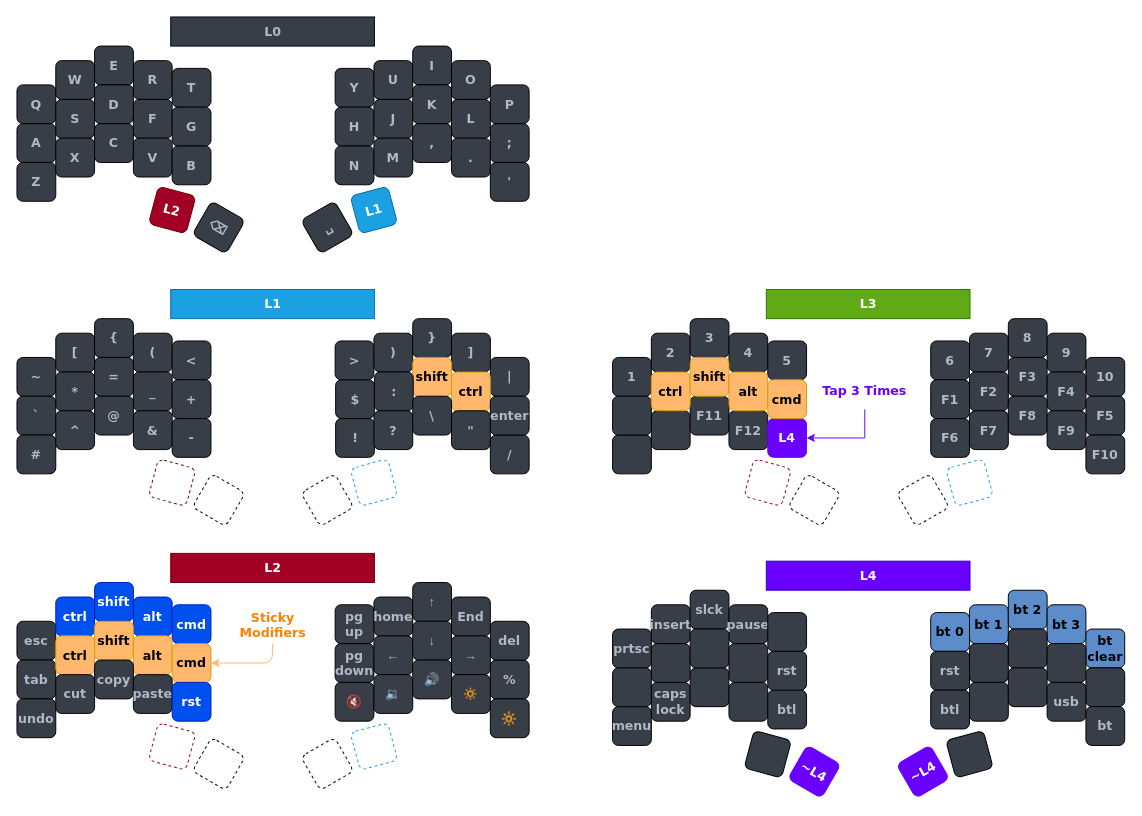
Earlier version of the draw.io diagram keymap.drawio (josishmail/zmk-sweep). Source tidied: cells renumbered, new cells numbered last; positions are measured from the earlier drawing's top-left corner, leaving out a move shared by most shapes. Both pictures are drawn from the tidied source at 97%, with x=0, y=0 at pixel (16, 16).
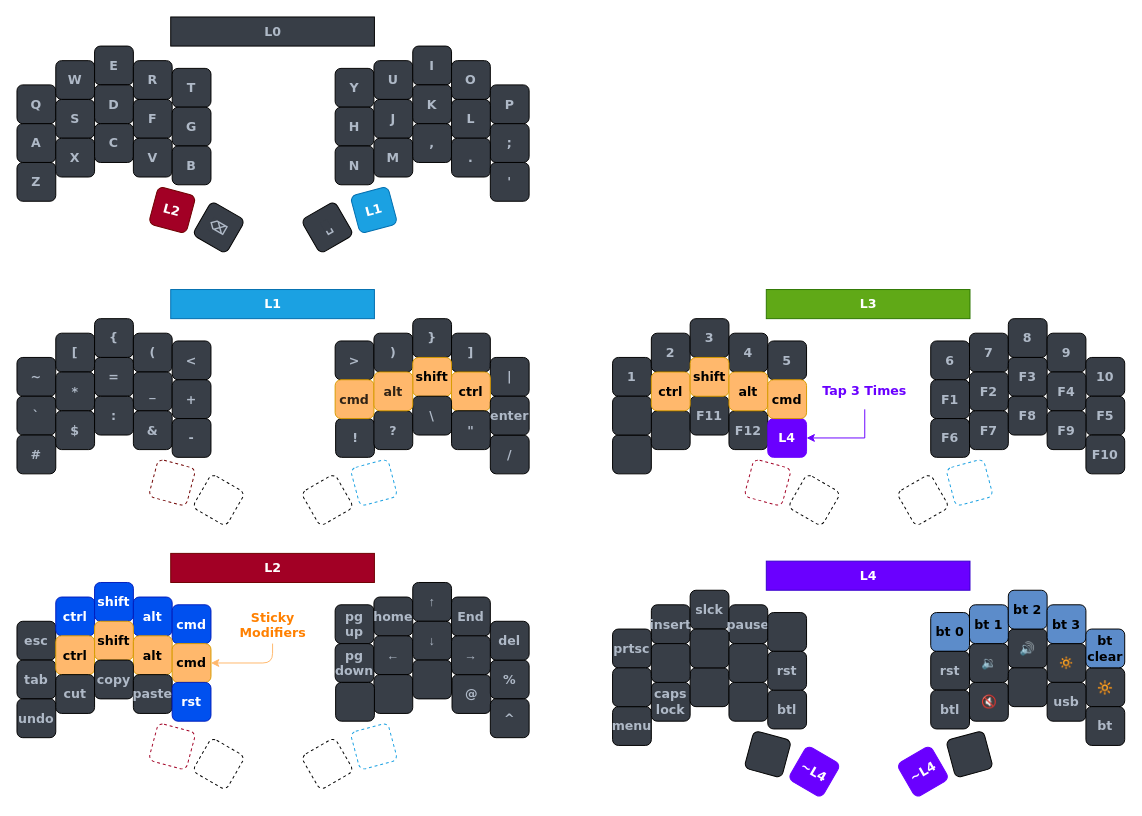
The same page after the edit.

Change to the diagram source:
```diff
@@
     <mxCell id="48" value="$" style="whiteSpace=wrap;html=1;fontSize=13;fontFamily=Verdana;fontStyle=1;fontColor=#AFB9C7;fillColor=#383E47;rounded=1;" parent="1" vertex="1">
-      <mxGeometry x="328.5" y="374" width="40" height="40" as="geometry" />
+      <mxGeometry x="40" y="406" width="40" height="40" as="geometry" />
     </mxCell>
     <mxCell id="49" value="@" style="whiteSpace=wrap;html=1;fontSize=13;fontFamily=Verdana;fontStyle=1;fontColor=#AFB9C7;fillColor=#383E47;rounded=1;" parent="1" vertex="1">
-      <mxGeometry x="80" y="391" width="40" height="40" as="geometry" />
+      <mxGeometry x="448.5" y="678" width="40" height="40" as="geometry" />
     </mxCell>
@@
     <mxCell id="60" value="^" style="whiteSpace=wrap;html=1;fontSize=13;fontFamily=Verdana;fontStyle=1;fontColor=#AFB9C7;fillColor=#383E47;rounded=1;strokeColor=default;" parent="1" vertex="1">
-      <mxGeometry x="40" y="406" width="40" height="40" as="geometry" />
+      <mxGeometry x="488" y="703" width="40" height="40" as="geometry" />
     </mxCell>
@@
     <mxCell id="63" value=":" style="whiteSpace=wrap;html=1;fontSize=13;fontFamily=Verdana;fontStyle=1;fontColor=#AFB9C7;fillColor=#383E47;rounded=1;strokeColor=default;" parent="1" vertex="1">
-      <mxGeometry x="368.5" y="366" width="40" height="40" as="geometry" />
+      <mxGeometry x="80" y="391" width="40" height="40" as="geometry" />
     </mxCell>
@@
     <mxCell id="99" value="&lt;span style=&quot;font-family: &amp;quot;segoe ui emoji&amp;quot;, &amp;quot;apple color emoji&amp;quot;, &amp;quot;noto color emoji&amp;quot;; font-size: 13px;&quot;&gt;🔇&lt;/span&gt;" style="whiteSpace=wrap;html=1;fontSize=13;fontFamily=Verdana;fontStyle=1;fontColor=#AFB9C7;fillColor=#383E47;rounded=1;strokeColor=default;" parent="1" vertex="1">
-      <mxGeometry x="328" y="686" width="40" height="40" as="geometry" />
+      <mxGeometry x="982" y="686" width="40" height="40" as="geometry" />
     </mxCell>
     <mxCell id="100" value="&lt;span style=&quot;font-family: &amp;quot;segoe ui emoji&amp;quot;, &amp;quot;apple color emoji&amp;quot;, &amp;quot;noto color emoji&amp;quot;; font-size: 13px;&quot;&gt;🔉&lt;/span&gt;" style="whiteSpace=wrap;html=1;fontSize=13;fontFamily=Verdana;fontStyle=1;fontColor=#AFB9C7;fillColor=#383E47;rounded=1;" parent="1" vertex="1">
-      <mxGeometry x="368" y="678" width="40" height="40" as="geometry" />
+      <mxGeometry x="982" y="646" width="40" height="40" as="geometry" />
     </mxCell>
     <mxCell id="101" value="🔊" style="whiteSpace=wrap;html=1;fontSize=13;fontFamily=Verdana;fontStyle=1;fontColor=#AFB9C7;fillColor=#383E47;rounded=1;" parent="1" vertex="1">
-      <mxGeometry x="408" y="663" width="40" height="40" as="geometry" />
+      <mxGeometry x="1022" y="631" width="40" height="40" as="geometry" />
     </mxCell>
     <mxCell id="102" value="&lt;span style=&quot;font-size: 13px;&quot;&gt;🔅&lt;/span&gt;" style="whiteSpace=wrap;html=1;fontSize=13;fontFamily=Verdana;fontStyle=1;fontColor=#AFB9C7;fillColor=#383E47;rounded=1;" parent="1" vertex="1">
-      <mxGeometry x="448" y="678" width="40" height="40" as="geometry" />
+      <mxGeometry x="1062" y="646" width="40" height="40" as="geometry" />
     </mxCell>
     <mxCell id="103" value="&lt;span style=&quot;font-family: &amp;quot;segoe ui emoji&amp;quot;, &amp;quot;apple color emoji&amp;quot;, &amp;quot;noto color emoji&amp;quot;; font-size: 13px;&quot;&gt;🔆&lt;/span&gt;" style="whiteSpace=wrap;html=1;fontSize=13;fontFamily=Verdana;fontStyle=1;fontColor=#AFB9C7;fillColor=#383E47;rounded=1;strokeColor=default;" parent="1" vertex="1">
-      <mxGeometry x="488" y="703" width="40" height="40" as="geometry" />
+      <mxGeometry x="1102" y="671" width="40" height="40" as="geometry" />
     </mxCell>
@@
     <mxCell id="160" style="whiteSpace=wrap;html=1;fontSize=13;fontFamily=Verdana;fontStyle=1;fontColor=#AFB9C7;fillColor=#383E47;rounded=1;" parent="1" vertex="1">
-      <mxGeometry x="982" y="646" width="40" height="40" as="geometry" />
+      <mxGeometry x="368" y="678" width="40" height="40" as="geometry" />
     </mxCell>
     <mxCell id="161" style="whiteSpace=wrap;html=1;fontSize=13;fontFamily=Verdana;fontStyle=1;fontColor=#AFB9C7;fillColor=#383E47;rounded=1;" parent="1" vertex="1">
-      <mxGeometry x="1022" y="631" width="40" height="40" as="geometry" />
+      <mxGeometry x="408" y="663" width="40" height="40" as="geometry" />
     </mxCell>
-    <mxCell id="162" style="whiteSpace=wrap;html=1;fontSize=13;fontFamily=Verdana;fontStyle=1;fontColor=#AFB9C7;fillColor=#383E47;rounded=1;" parent="1" vertex="1">
-      <mxGeometry x="1062" y="646" width="40" height="40" as="geometry" />
+    <mxCell id="162" value="cmd" style="whiteSpace=wrap;html=1;fontSize=13;fontFamily=Verdana;fontStyle=1;fontColor=#302316;fillColor=#ffb86c;rounded=1;strokeColor=#d79b00;align=center;verticalAlign=middle;" parent="1" vertex="1">
+      <mxGeometry x="328" y="374" width="40" height="40" as="geometry" />
     </mxCell>
-    <mxCell id="163" style="whiteSpace=wrap;html=1;fontSize=13;fontFamily=Verdana;fontStyle=1;fontColor=#AFB9C7;fillColor=#383E47;rounded=1;" parent="1" vertex="1">
-      <mxGeometry x="1102" y="671" width="40" height="40" as="geometry" />
+    <mxCell id="163" value="alt" style="whiteSpace=wrap;html=1;fontSize=13;fontFamily=Verdana;fontStyle=1;fontColor=#302316;fillColor=#ffb86c;rounded=1;strokeColor=#d79b00;align=center;verticalAlign=middle;" parent="1" vertex="1">
+      <mxGeometry x="368" y="366" width="40" height="40" as="geometry" />
     </mxCell>
@@
     <mxCell id="165" style="whiteSpace=wrap;html=1;fontSize=13;fontFamily=Verdana;fontStyle=1;fontColor=#AFB9C7;fillColor=#383E47;rounded=1;" parent="1" vertex="1">
-      <mxGeometry x="982" y="686" width="40" height="40" as="geometry" />
+      <mxGeometry x="328.5" y="686" width="40" height="40" as="geometry" />
     </mxCell>
```
